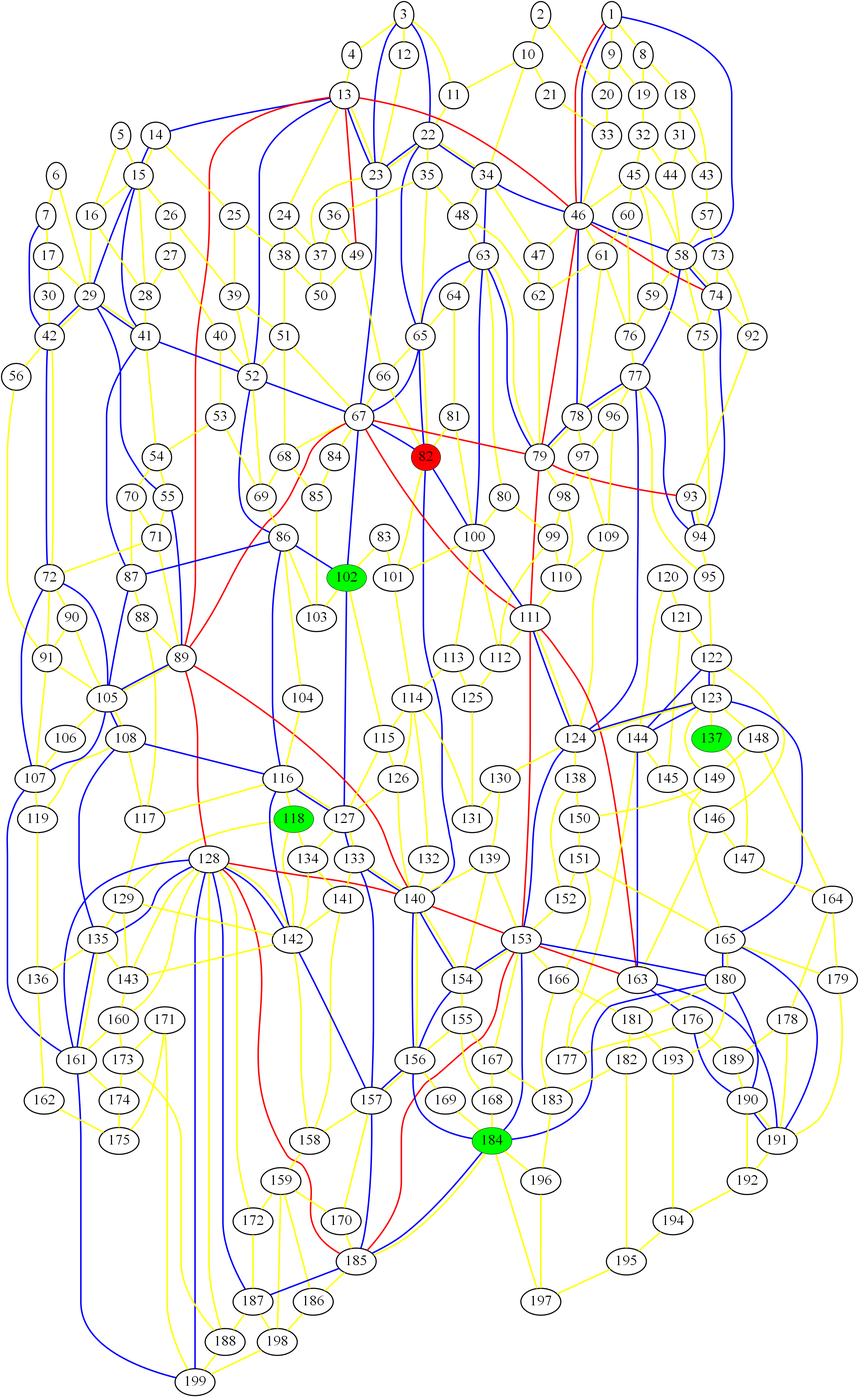
Before: graph_16.png, a diagram exported from Graphviz (ed-churchill/complex-systems-project). Its source is kept beside it as graph_16.gv.
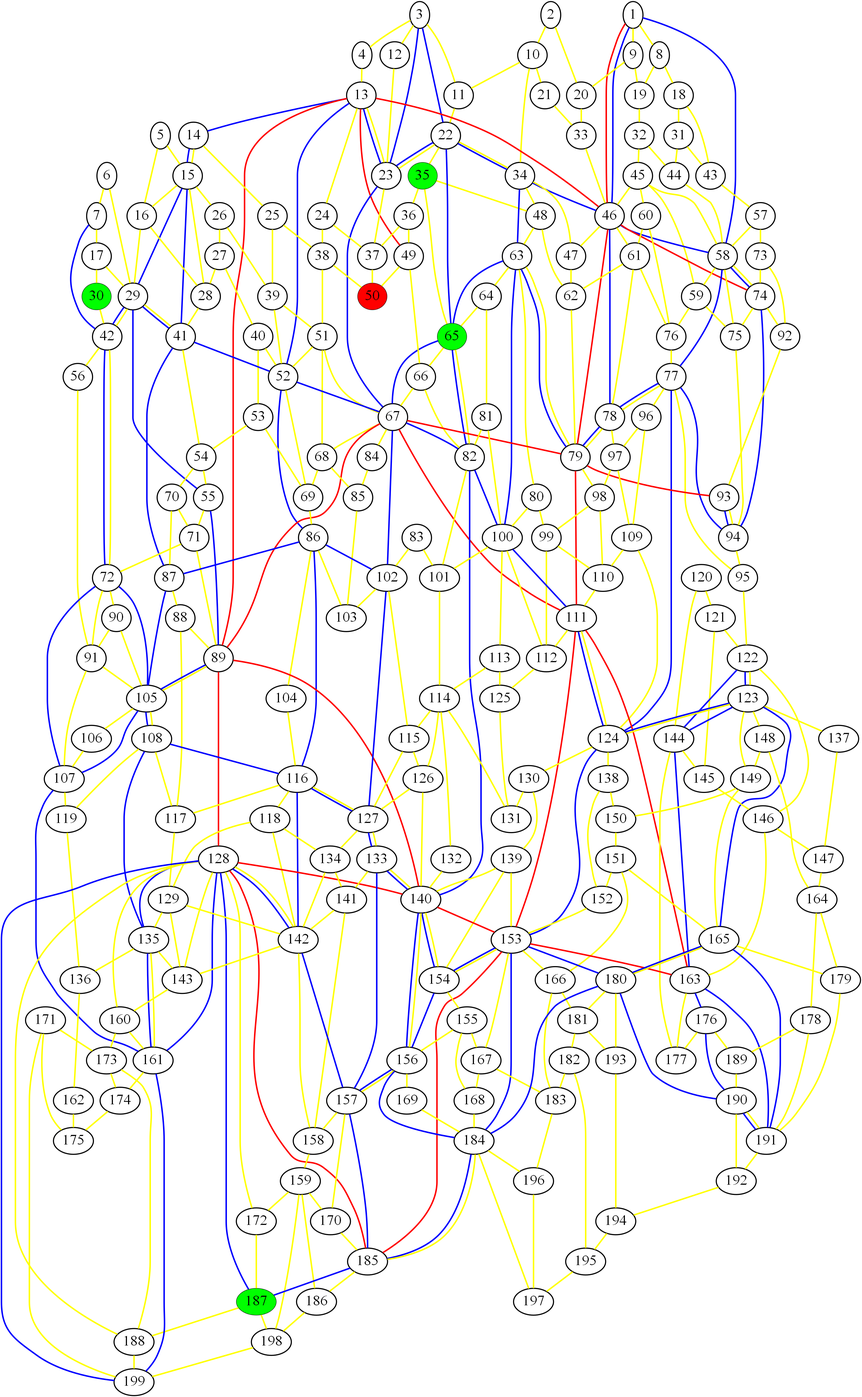
Above is the later version.

What changed in the source:
```diff
@@ -1,9 +1,9 @@
 graph london_graph {
-82 [fillcolor=red, fontsize=40, pendwidth=3, style=filled];
-118 [fillcolor=green, fontsize=40, pendwidth=3, style=filled];
-137 [fillcolor=green, fontsize=40, pendwidth=3, style=filled];
-184 [fillcolor=green, fontsize=40, pendwidth=3, style=filled];
-102 [fillcolor=green, fontsize=40, pendwidth=3, style=filled];
+50 [fillcolor=red, fontsize=40, pendwidth=3, style=filled];
+30 [fillcolor=green, fontsize=40, pendwidth=3, style=filled];
+35 [fillcolor=green, fontsize=40, pendwidth=3, style=filled];
+187 [fillcolor=green, fontsize=40, pendwidth=3, style=filled];
+65 [fillcolor=green, fontsize=40, pendwidth=3, style=filled];
 1 [fontsize=40, penwidth=3];
 2 [fontsize=40, penwidth=3];
 3 [fontsize=40, penwidth=3];
@@ -33,12 +33,10 @@
 27 [fontsize=40, penwidth=3];
 28 [fontsize=40, penwidth=3];
 29 [fontsize=40, penwidth=3];
-30 [fontsize=40, penwidth=3];
 31 [fontsize=40, penwidth=3];
 32 [fontsize=40, penwidth=3];
 33 [fontsize=40, penwidth=3];
 34 [fontsize=40, penwidth=3];
-35 [fontsize=40, penwidth=3];
 36 [fontsize=40, penwidth=3];
 37 [fontsize=40, penwidth=3];
 38 [fontsize=40, penwidth=3];
@@ -53,7 +51,6 @@
 47 [fontsize=40, penwidth=3];
 48 [fontsize=40, penwidth=3];
 49 [fontsize=40, penwidth=3];
-50 [fontsize=40, penwidth=3];
 51 [fontsize=40, penwidth=3];
 52 [fontsize=40, penwidth=3];
 53 [fontsize=40, penwidth=3];
@@ -68,7 +65,6 @@
 62 [fontsize=40, penwidth=3];
 63 [fontsize=40, penwidth=3];
 64 [fontsize=40, penwidth=3];
-65 [fontsize=40, penwidth=3];
 66 [fontsize=40, penwidth=3];
 67 [fontsize=40, penwidth=3];
 68 [fontsize=40, penwidth=3];
@@ -85,6 +81,7 @@
 79 [fontsize=40, penwidth=3];
 80 [fontsize=40, penwidth=3];
 81 [fontsize=40, penwidth=3];
+82 [fontsize=40, penwidth=3];
 83 [fontsize=40, penwidth=3];
 84 [fontsize=40, penwidth=3];
 85 [fontsize=40, penwidth=3];
@@ -104,6 +101,7 @@
 99 [fontsize=40, penwidth=3];
 100 [fontsize=40, penwidth=3];
 101 [fontsize=40, penwidth=3];
+102 [fontsize=40, penwidth=3];
 103 [fontsize=40, penwidth=3];
 104 [fontsize=40, penwidth=3];
 105 [fontsize=40, penwidth=3];
@@ -119,6 +117,7 @@
 115 [fontsize=40, penwidth=3];
 116 [fontsize=40, penwidth=3];
 117 [fontsize=40, penwidth=3];
+118 [fontsize=40, penwidth=3];
 119 [fontsize=40, penwidth=3];
 120 [fontsize=40, penwidth=3];
 121 [fontsize=40, penwidth=3];
@@ -137,6 +136,7 @@
 134 [fontsize=40, penwidth=3];
 135 [fontsize=40, penwidth=3];
 136 [fontsize=40, penwidth=3];
+137 [fontsize=40, penwidth=3];
 138 [fontsize=40, penwidth=3];
 139 [fontsize=40, penwidth=3];
 140 [fontsize=40, penwidth=3];
@@ -183,9 +183,9 @@
 181 [fontsize=40, penwidth=3];
 182 [fontsize=40, penwidth=3];
 183 [fontsize=40, penwidth=3];
+184 [fontsize=40, penwidth=3];
 185 [fontsize=40, penwidth=3];
 186 [fontsize=40, penwidth=3];
-187 [fontsize=40, penwidth=3];
 188 [fontsize=40, penwidth=3];
 189 [fontsize=40, penwidth=3];
 190 [fontsize=40, penwidth=3];
```
